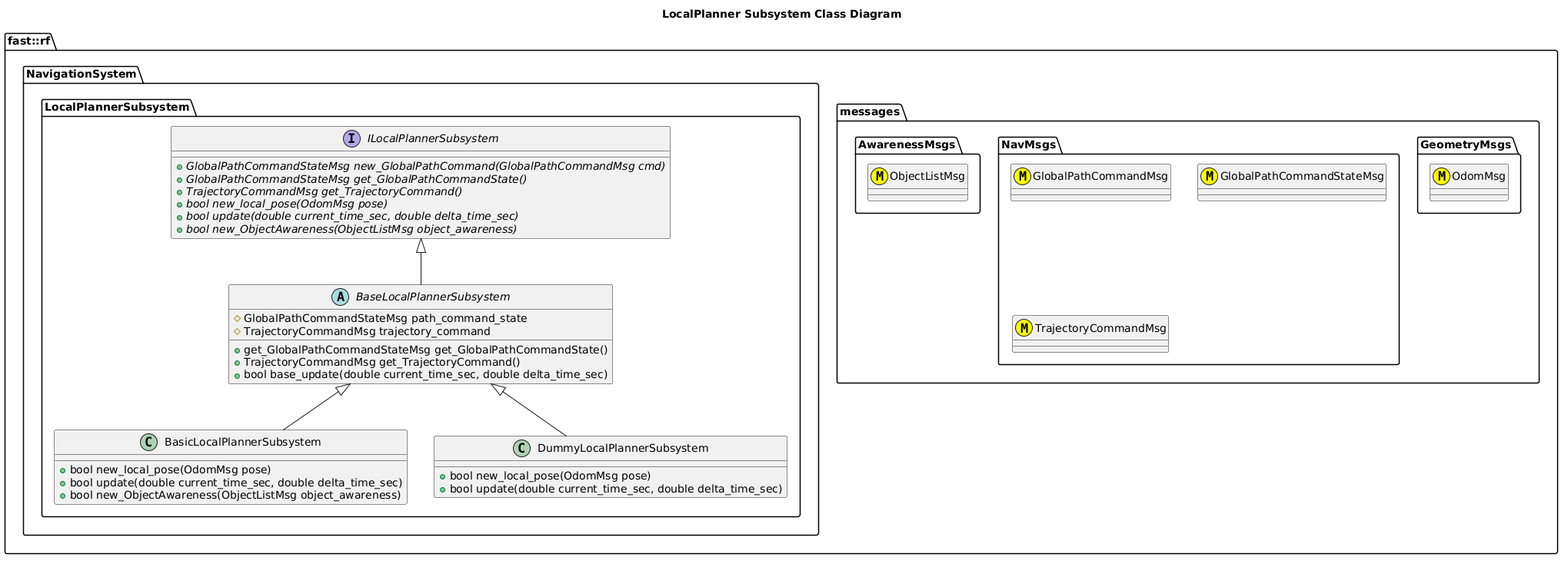
Before: Systems/Navigation/Subsystems/LocalPlanner/doc/puml/LocalPlannerSubsystemClassDiagram.png, a diagram exported from PlantUML (fastrobotics/robot_framework).
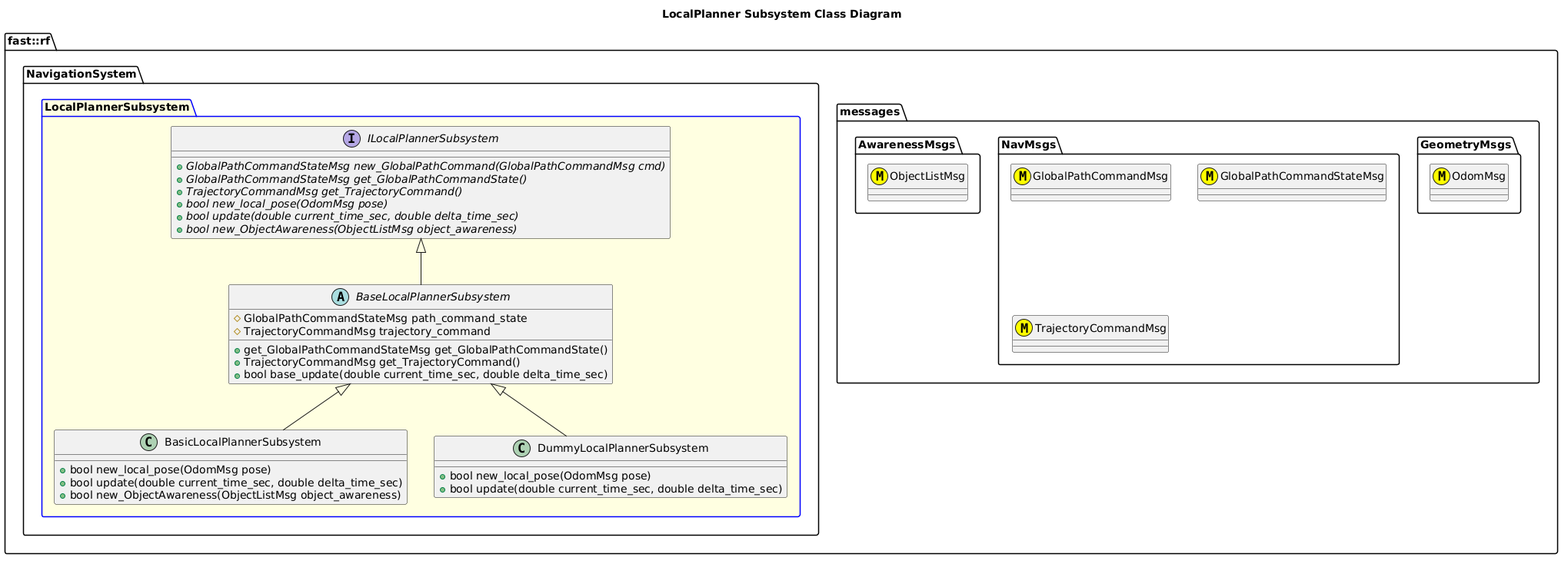
The same file after the commit.

Diff of the diagram source:
```diff
@@ -15,7 +15,7 @@
     }
   }
   namespace NavigationSystem {
-    namespace LocalPlannerSubsystem {
+    package LocalPlannerSubsystem #LightYellow;line:blue {
       interface ILocalPlannerSubsystem {
         +{abstract} GlobalPathCommandStateMsg new_GlobalPathCommand(GlobalPathCommandMsg cmd)
         +{abstract} GlobalPathCommandStateMsg get_GlobalPathCommandState()
```
